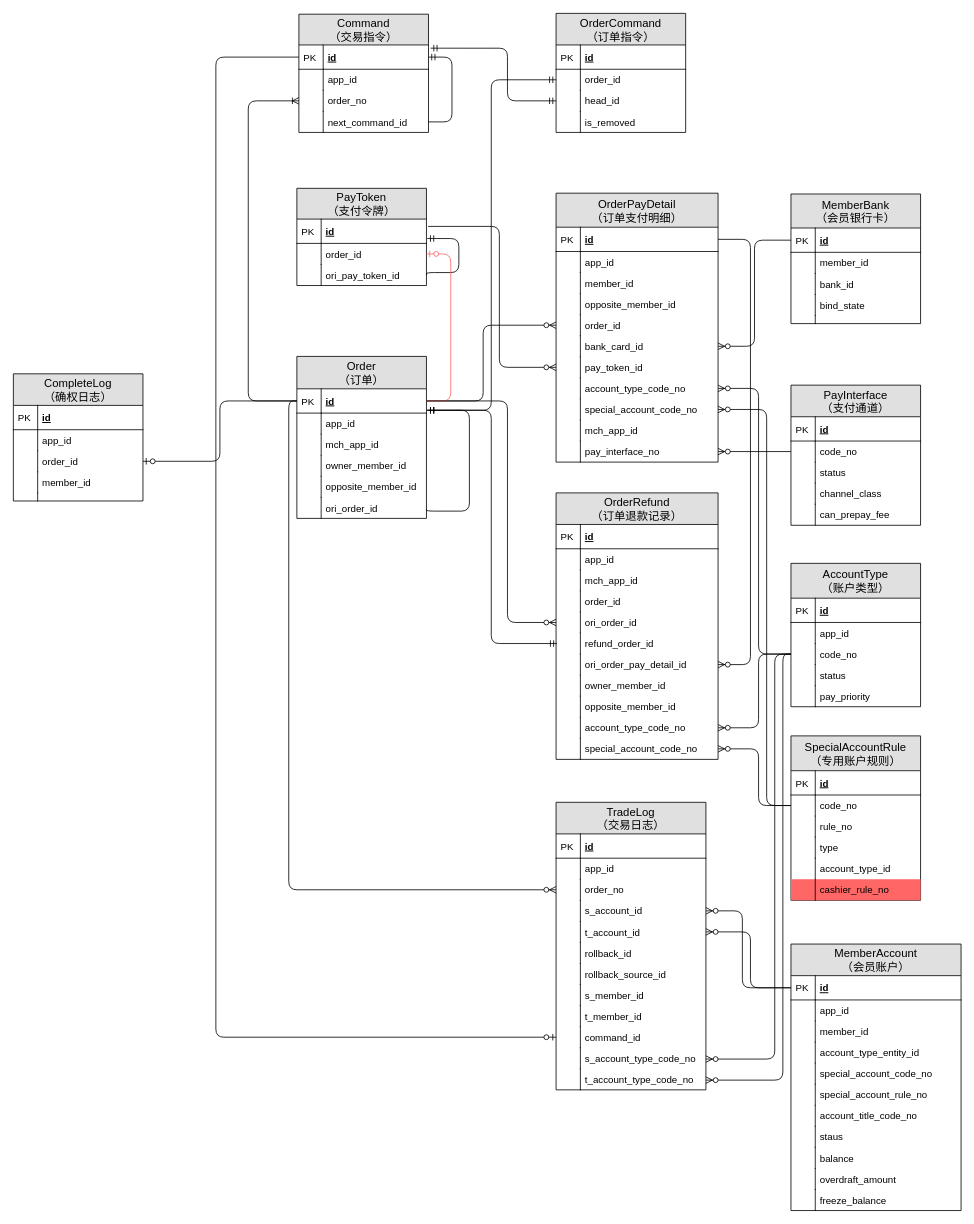
Above: page "order-trade" (3 of 6) of xc-account/design/DB-ER/xc-account-db-ER.drawio in waterStone528/job (draw.io), before the change. Source tidied: cells renumbered, new cells numbered last; positions are measured from the earlier drawing's top-left corner, leaving out a move shared by most shapes. Both pictures are drawn from the tidied source at 81%, with x=0, y=0 at pixel (13, 13).
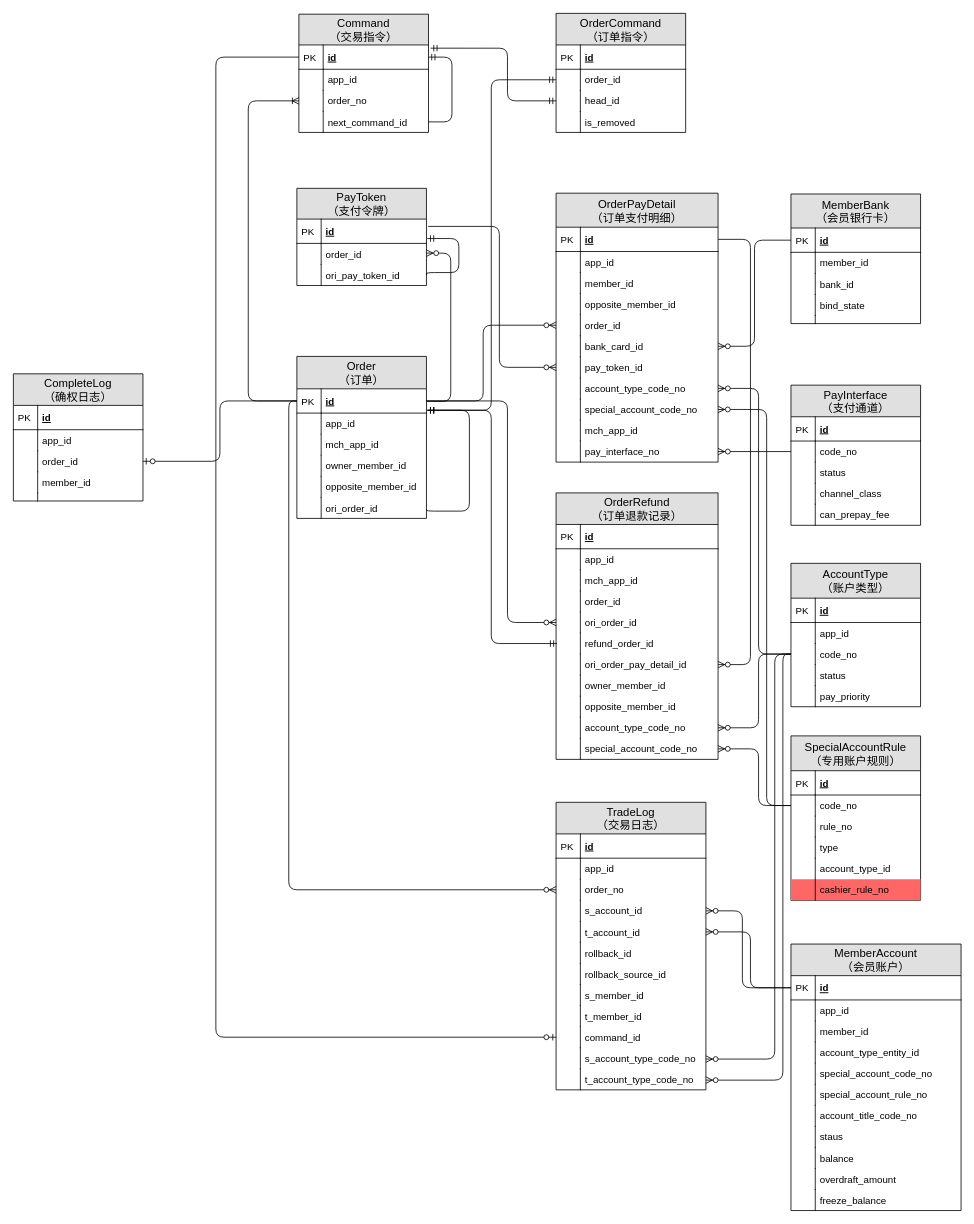
The same page after the edit.

The change refers to these unchanged cells:
```xml
<mxCell id="3" value="id" style="shape=partialRectangle;top=0;left=0;right=0;bottom=1;align=left;verticalAlign=middle;fillColor=none;spacingLeft=34;spacingRight=4;overflow=hidden;points=[[0,0.5],[1,0.5]];portConstraint=eastwest;fontStyle=5;fontSize=12;" parent="2" vertex="1">
  <mxGeometry y="40" width="160" height="30" as="geometry" />
</mxCell>
<mxCell id="51" value="order_id" style="shape=partialRectangle;top=0;left=0;right=0;bottom=0;align=left;verticalAlign=top;fillColor=none;spacingLeft=34;spacingRight=4;overflow=hidden;points=[[0,0.5],[1,0.5]];portConstraint=eastwest;fontSize=12;" parent="48" vertex="1">
  <mxGeometry y="68" width="160" height="26" as="geometry" />
</mxCell>
```

The edit, as a diff of the source:
```diff
@@
-    <mxCell id="128" style="edgeStyle=orthogonalEdgeStyle;fontSize=12;html=1;endArrow=ERzeroToOne;endFill=1;exitX=1;exitY=0.5;exitDx=0;exitDy=0;entryX=1;entryY=0.5;entryDx=0;entryDy=0;strokeColor=#FF6666;" parent="1" edge="1" source="3" target="51">
-      <mxGeometry relative="1" as="geometry">
-        <Array as="points">
-          <mxPoint x="540" y="479" />
-          <mxPoint x="540" y="297" />
-        </Array>
-      </mxGeometry>
-    </mxCell>
@@
+    <mxCell id="216" style="edgeStyle=orthogonalEdgeStyle;fontSize=12;html=1;endArrow=ERzeroToMany;endFill=1;entryX=1;entryY=0.5;entryDx=0;entryDy=0;" parent="1" edge="1">
+      <mxGeometry relative="1" as="geometry">
+        <mxPoint x="510" y="479" as="sourcePoint" />
+        <mxPoint x="510" y="296" as="targetPoint" />
+        <Array as="points">
+          <mxPoint x="540" y="479" />
+          <mxPoint x="540" y="296" />
+        </Array>
+      </mxGeometry>
+    </mxCell>
```
